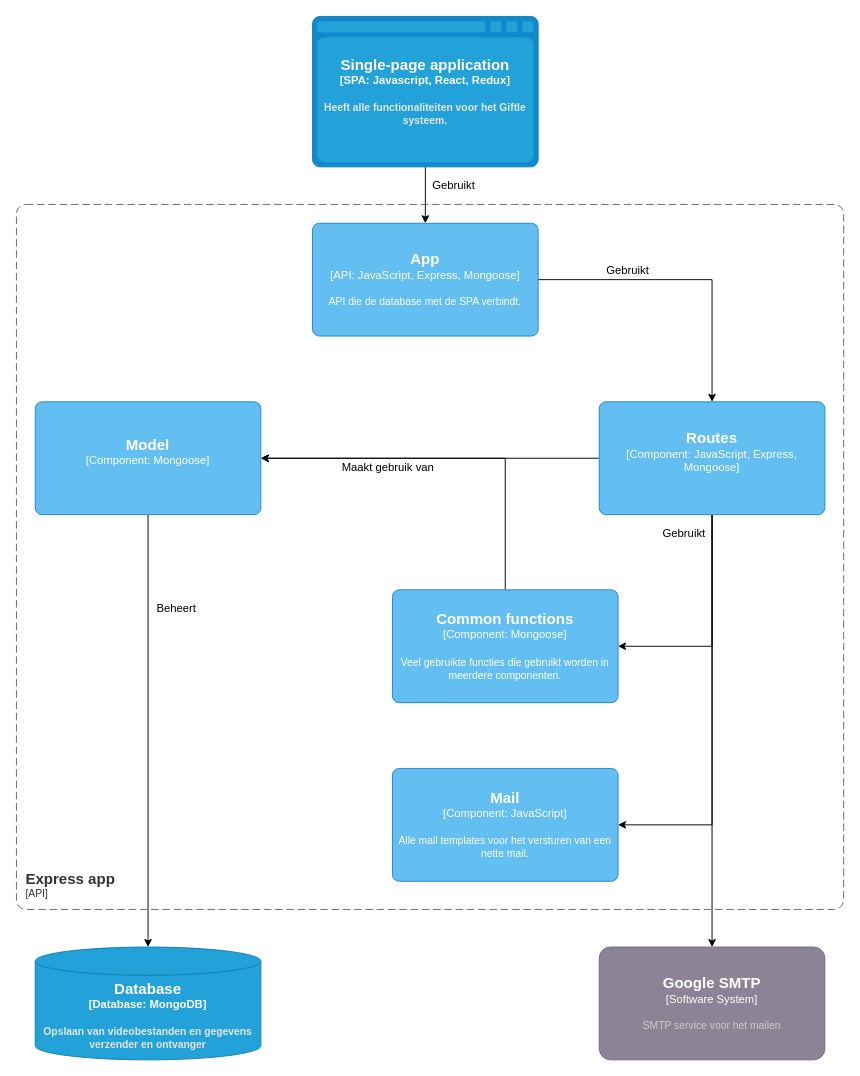
The draw.io diagram koeskoes/3.Sprint2/Documentatie/Software Guidebook/assets/software_architecture/component_diagram_express_app.drawio in HANICA-DWA/sep2021-project-koeskoes, before the edit. Source tidied: cells renumbered, new cells numbered last; positions are measured from the earlier drawing's top-left corner, leaving out a move shared by most shapes. Both pictures are drawn from the tidied source at 94%, with x=0, y=0 at pixel (16, 16).
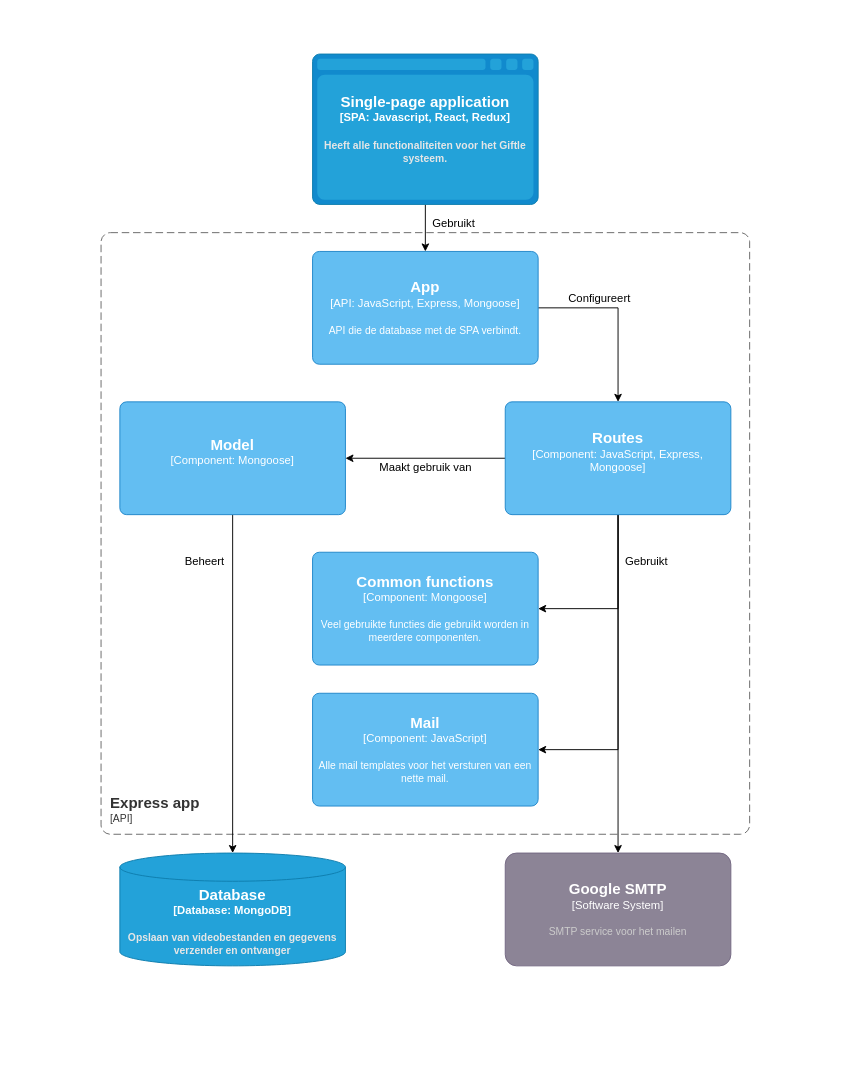
After the change.

Commit message (it also covers changes not shown here):
Verbetering express app diagram

What changed in the source:
```diff
@@
     <object id="3" label="&lt;font style=&quot;font-size: 16px&quot;&gt;&lt;b&gt;%c4Type%&lt;/font&gt;&lt;div&gt;[%c4Container%:&amp;nbsp;%c4Technology%]&lt;/div&gt;&lt;br&gt;&lt;div&gt;&lt;font style=&quot;font-size: 11px&quot;&gt;&lt;font color=&quot;#E6E6E6&quot;&gt;%c4Description%&lt;/font&gt;&lt;/div&gt;" c4Container="SPA" c4Description="Heeft alle functionaliteiten voor het Giftle systeem." c4Technology="Javascript, React, Redux" c4Type="Single-page application" placeholders="1">
       <mxCell style="shape=mxgraph.c4.webBrowserContainer;whiteSpace=wrap;html=1;boundedLbl=1;rounded=0;labelBackgroundColor=none;fillColor=#118ACD;fontSize=12;fontColor=#ffffff;align=center;strokeColor=#0E7DAD;points=[[0.5,0,0],[1,0.25,0],[1,0.5,0],[1,0.75,0],[0.5,1,0],[0,0.75,0],[0,0.5,0],[0,0.25,0]];" parent="1" vertex="1">
-        <mxGeometry x="315" width="240" height="160" as="geometry" />
+        <mxGeometry x="315" y="40" width="240" height="160" as="geometry" />
       </mxCell>
     </object>
     <object id="4" label="&lt;font style=&quot;font-size: 16px&quot;&gt;&lt;b&gt;&lt;div style=&quot;text-align: left&quot;&gt;%c4Name%&lt;/div&gt;&lt;/b&gt;&lt;/font&gt;&lt;div style=&quot;text-align: left&quot;&gt;[%c4Application%]&lt;/div&gt;" c4Application="API" c4Name="Express app" placeholders="1">
       <mxCell style="rounded=1;fontSize=11;whiteSpace=wrap;html=1;dashed=1;arcSize=20;fillColor=none;strokeColor=#666666;fontColor=#333333;labelBackgroundColor=none;align=left;verticalAlign=bottom;labelBorderColor=none;spacingTop=0;spacing=10;dashPattern=8 4;perimeter=rectanglePerimeter;noLabel=0;labelPadding=0;absoluteArcSize=1;" parent="1" vertex="1">
-        <mxGeometry y="200" width="880" height="750" as="geometry" />
+        <mxGeometry x="90" y="230" width="690" height="640" as="geometry" />
       </mxCell>
     </object>
     <object id="5" label="&lt;font style=&quot;font-size: 16px&quot;&gt;&lt;b&gt;%c4Type%&lt;/font&gt;&lt;div&gt;[%c4Container%:&amp;nbsp;%c4Technology%]&lt;/div&gt;&lt;br&gt;&lt;div&gt;&lt;font style=&quot;font-size: 11px&quot;&gt;&lt;font color=&quot;#E6E6E6&quot;&gt;%c4Description%&lt;/font&gt;&lt;/div&gt;" c4Container="Database" c4Description="Opslaan van videobestanden en gegevens&#10;verzender en ontvanger" c4Technology="MongoDB" c4Type="Database" placeholders="1">
       <mxCell style="shape=cylinder3;size=15;whiteSpace=wrap;html=1;boundedLbl=1;rounded=0;labelBackgroundColor=none;fillColor=#23A2D9;fontSize=12;fontColor=#ffffff;align=center;strokeColor=#0E7DAD;points=[[0.5,0,0],[1,0.25,0],[1,0.5,0],[1,0.75,0],[0.5,1,0],[0,0.75,0],[0,0.5,0],[0,0.25,0]];" parent="1" vertex="1">
-        <mxGeometry x="20" y="990" width="240" height="120" as="geometry" />
+        <mxGeometry x="110" y="890" width="240" height="120" as="geometry" />
       </mxCell>
     </object>
     <object id="6" label="&lt;font style=&quot;font-size: 16px&quot;&gt;&lt;b&gt;%c4Name%&lt;/b&gt;&lt;/font&gt;&lt;div&gt;[%c4Type%]&lt;/div&gt;&lt;br&gt;&lt;div&gt;&lt;font style=&quot;font-size: 11px&quot;&gt;&lt;font color=&quot;#cccccc&quot;&gt;%c4Description%&lt;/font&gt;&lt;/div&gt;" c4Description="SMTP service voor het mailen" c4Name="Google SMTP" c4Type="Software System" placeholders="1">
       <mxCell style="rounded=1;whiteSpace=wrap;html=1;labelBackgroundColor=none;fillColor=#8C8496;fontColor=#ffffff;align=center;arcSize=10;strokeColor=#736782;points=[[0.25,0,0],[0.5,0,0],[0.75,0,0],[1,0.25,0],[1,0.5,0],[1,0.75,0],[0.75,1,0],[0.5,1,0],[0.25,1,0],[0,0.75,0],[0,0.5,0],[0,0.25,0]];" parent="1" vertex="1">
-        <mxGeometry x="620" y="990" width="240" height="120" as="geometry" />
+        <mxGeometry x="520" y="890" width="240" height="120" as="geometry" />
       </mxCell>
     </object>
@@
     <object id="8" label="&lt;font style=&quot;font-size: 16px&quot;&gt;&lt;b&gt;%c4Name%&lt;/b&gt;&lt;/font&gt;&lt;div&gt;[%c4Type%: %c4Technology%]&lt;/div&gt;&lt;br&gt;&lt;div&gt;&lt;font style=&quot;font-size: 11px&quot;&gt;%c4Description%&lt;/font&gt;&lt;/div&gt;" c4Description="API die de database met de SPA verbindt." c4Name="App" c4Technology="JavaScript, Express, Mongoose" c4Type="API" placeholders="1">
       <mxCell style="rounded=1;whiteSpace=wrap;html=1;labelBackgroundColor=none;fillColor=#63BEF2;fontColor=#ffffff;align=center;arcSize=6;strokeColor=#2086C9;points=[[0.25,0,0],[0.5,0,0],[0.75,0,0],[1,0.25,0],[1,0.5,0],[1,0.75,0],[0.75,1,0],[0.5,1,0],[0.25,1,0],[0,0.75,0],[0,0.5,0],[0,0.25,0]];" parent="1" vertex="1">
-        <mxGeometry x="315" y="220" width="240" height="120" as="geometry" />
+        <mxGeometry x="315" y="250" width="240" height="120" as="geometry" />
       </mxCell>
     </object>
@@
     <object id="10" label="&lt;font style=&quot;font-size: 16px&quot;&gt;&lt;b&gt;%c4Name%&lt;/b&gt;&lt;/font&gt;&lt;div&gt;[%c4Type%: %c4Technology%]&lt;/div&gt;&lt;br&gt;&lt;div&gt;&lt;font style=&quot;font-size: 11px&quot;&gt;%c4Description%&lt;/font&gt;&lt;/div&gt;" c4Description="" c4Name="Model" c4Technology="Mongoose" c4Type="Component" placeholders="1">
       <mxCell style="rounded=1;whiteSpace=wrap;html=1;labelBackgroundColor=none;fillColor=#63BEF2;fontColor=#ffffff;align=center;arcSize=6;strokeColor=#2086C9;points=[[0.25,0,0],[0.5,0,0],[0.75,0,0],[1,0.25,0],[1,0.5,0],[1,0.75,0],[0.75,1,0],[0.5,1,0],[0.25,1,0],[0,0.75,0],[0,0.5,0],[0,0.25,0]];" parent="1" vertex="1">
-        <mxGeometry x="20" y="410" width="240" height="120" as="geometry" />
+        <mxGeometry x="110" y="410" width="240" height="120" as="geometry" />
       </mxCell>
     </object>
     <mxCell id="11" style="edgeStyle=orthogonalEdgeStyle;rounded=0;jettySize=auto;html=1;exitX=0.5;exitY=1;exitDx=0;exitDy=0;exitPerimeter=0;entryX=1;entryY=0.5;entryDx=0;entryDy=0;entryPerimeter=0;" parent="1" edge="1" source="15" target="17">
-      <mxGeometry relative="1" as="geometry" />
+      <mxGeometry relative="1" as="geometry">
+        <Array as="points">
+          <mxPoint x="640" y="630" />
+        </Array>
+      </mxGeometry>
     </mxCell>
     <mxCell id="12" style="edgeStyle=orthogonalEdgeStyle;rounded=0;jettySize=auto;html=1;exitX=0.5;exitY=1;exitDx=0;exitDy=0;exitPerimeter=0;entryX=1;entryY=0.5;entryDx=0;entryDy=0;entryPerimeter=0;" parent="1" edge="1" source="15" target="18">
-      <mxGeometry relative="1" as="geometry" />
+      <mxGeometry relative="1" as="geometry">
+        <Array as="points">
+          <mxPoint x="640" y="780" />
+        </Array>
+      </mxGeometry>
     </mxCell>
@@
     <object id="15" label="&lt;font style=&quot;font-size: 16px&quot;&gt;&lt;b&gt;%c4Name%&lt;/b&gt;&lt;/font&gt;&lt;div&gt;[%c4Type%: %c4Technology%]&lt;/div&gt;&lt;br&gt;&lt;div&gt;&lt;font style=&quot;font-size: 11px&quot;&gt;%c4Description%&lt;/font&gt;&lt;/div&gt;" c4Description="" c4Name="Routes" c4Technology="JavaScript, Express, Mongoose" c4Type="Component" placeholders="1">
       <mxCell style="rounded=1;whiteSpace=wrap;html=1;labelBackgroundColor=none;fillColor=#63BEF2;fontColor=#ffffff;align=center;arcSize=6;strokeColor=#2086C9;points=[[0.25,0,0],[0.5,0,0],[0.75,0,0],[1,0.25,0],[1,0.5,0],[1,0.75,0],[0.75,1,0],[0.5,1,0],[0.25,1,0],[0,0.75,0],[0,0.5,0],[0,0.25,0]];" parent="1" vertex="1">
-        <mxGeometry x="620" y="410" width="240" height="120" as="geometry" />
+        <mxGeometry x="520" y="410" width="240" height="120" as="geometry" />
       </mxCell>
     </object>
-    <mxCell id="16" style="edgeStyle=orthogonalEdgeStyle;rounded=0;jettySize=auto;html=1;exitX=0.5;exitY=0;exitDx=0;exitDy=0;exitPerimeter=0;entryX=1;entryY=0.5;entryDx=0;entryDy=0;entryPerimeter=0;" parent="1" edge="1" source="17" target="10">
-      <mxGeometry relative="1" as="geometry" />
-    </mxCell>
     <object id="17" label="&lt;font style=&quot;font-size: 16px&quot;&gt;&lt;b&gt;%c4Name%&lt;/b&gt;&lt;/font&gt;&lt;div&gt;[%c4Type%: %c4Technology%]&lt;/div&gt;&lt;br&gt;&lt;div&gt;&lt;font style=&quot;font-size: 11px&quot;&gt;%c4Description%&lt;/font&gt;&lt;/div&gt;" c4Description="Veel gebruikte functies die gebruikt worden in meerdere componenten." c4Name="Common functions" c4Technology="Mongoose" c4Type="Component" placeholders="1">
       <mxCell style="rounded=1;whiteSpace=wrap;html=1;labelBackgroundColor=none;fillColor=#63BEF2;fontColor=#ffffff;align=center;arcSize=6;strokeColor=#2086C9;points=[[0.25,0,0],[0.5,0,0],[0.75,0,0],[1,0.25,0],[1,0.5,0],[1,0.75,0],[0.75,1,0],[0.5,1,0],[0.25,1,0],[0,0.75,0],[0,0.5,0],[0,0.25,0]];" parent="1" vertex="1">
-        <mxGeometry x="400" y="610" width="240" height="120" as="geometry" />
+        <mxGeometry x="315" y="570" width="240" height="120" as="geometry" />
       </mxCell>
     </object>
     <object id="18" label="&lt;font style=&quot;font-size: 16px&quot;&gt;&lt;b&gt;%c4Name%&lt;/b&gt;&lt;/font&gt;&lt;div&gt;[%c4Type%: %c4Technology%]&lt;/div&gt;&lt;br&gt;&lt;div&gt;&lt;font style=&quot;font-size: 11px&quot;&gt;%c4Description%&lt;/font&gt;&lt;/div&gt;" c4Description="Alle mail templates voor het versturen van een nette mail." c4Name="Mail" c4Technology="JavaScript" c4Type="Component" placeholders="1">
       <mxCell style="rounded=1;whiteSpace=wrap;html=1;labelBackgroundColor=none;fillColor=#63BEF2;fontColor=#ffffff;align=center;arcSize=6;strokeColor=#2086C9;points=[[0.25,0,0],[0.5,0,0],[0.75,0,0],[1,0.25,0],[1,0.5,0],[1,0.75,0],[0.75,1,0],[0.5,1,0],[0.25,1,0],[0,0.75,0],[0,0.5,0],[0,0.25,0]];" parent="1" vertex="1">
-        <mxGeometry x="400" y="800" width="240" height="120" as="geometry" />
+        <mxGeometry x="315" y="720" width="240" height="120" as="geometry" />
       </mxCell>
     </object>
     <mxCell id="19" value="Maakt gebruik van" style="text;html=1;align=center;verticalAlign=middle;strokeColor=none;fillColor=none;" parent="1" vertex="1">
-      <mxGeometry x="340" y="470" width="110" height="20" as="geometry" />
+      <mxGeometry x="380" y="470" width="110" height="20" as="geometry" />
     </mxCell>
     <mxCell id="20" value="Gebruikt" style="text;html=1;align=center;verticalAlign=middle;strokeColor=none;fillColor=none;" parent="1" vertex="1">
-      <mxGeometry x="680" y="540" width="60" height="20" as="geometry" />
+      <mxGeometry x="640" y="570" width="60" height="20" as="geometry" />
     </mxCell>
     <mxCell id="21" value="Beheert" style="text;html=1;align=center;verticalAlign=middle;strokeColor=none;fillColor=none;" parent="1" vertex="1">
-      <mxGeometry x="140" y="620" width="60" height="20" as="geometry" />
+      <mxGeometry x="170" y="570" width="60" height="20" as="geometry" />
     </mxCell>
-    <mxCell id="22" value="Gebruikt" style="text;html=1;align=center;verticalAlign=middle;strokeColor=none;fillColor=none;" parent="1" vertex="1">
-      <mxGeometry x="620" y="260" width="60" height="20" as="geometry" />
+    <mxCell id="22" value="Configureert" style="text;html=1;align=center;verticalAlign=middle;strokeColor=none;fillColor=none;" parent="1" vertex="1">
+      <mxGeometry x="580" y="290" width="80" height="20" as="geometry" />
     </mxCell>
     <mxCell id="23" value="Gebruikt" style="text;html=1;align=center;verticalAlign=middle;strokeColor=none;fillColor=none;" parent="1" vertex="1">
-      <mxGeometry x="435" y="170" width="60" height="20" as="geometry" />
+      <mxGeometry x="435" y="210" width="60" height="20" as="geometry" />
     </mxCell>
```
